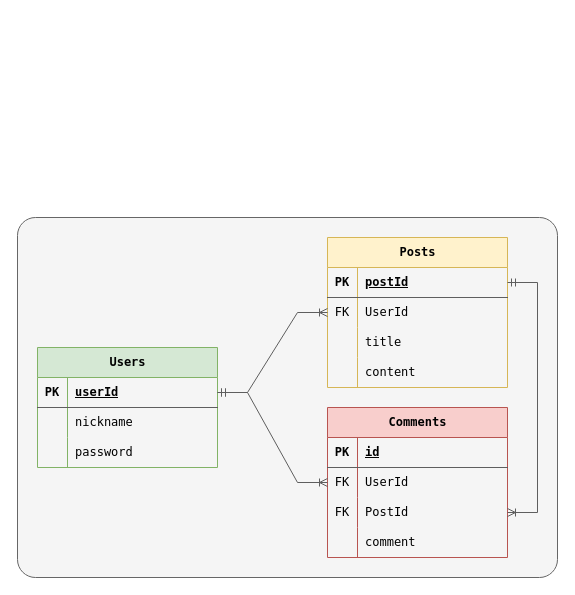
This is erd.drawio from JuhyuckHong/nodejs_assignment_2, a draw.io file, before an edit. Source tidied: cells renumbered, new cells numbered last; positions are measured from the earlier drawing's top-left corner, leaving out a move shared by most shapes. Both pictures are drawn from the tidied source at 100%, with x=0, y=0 at pixel (17, 217).
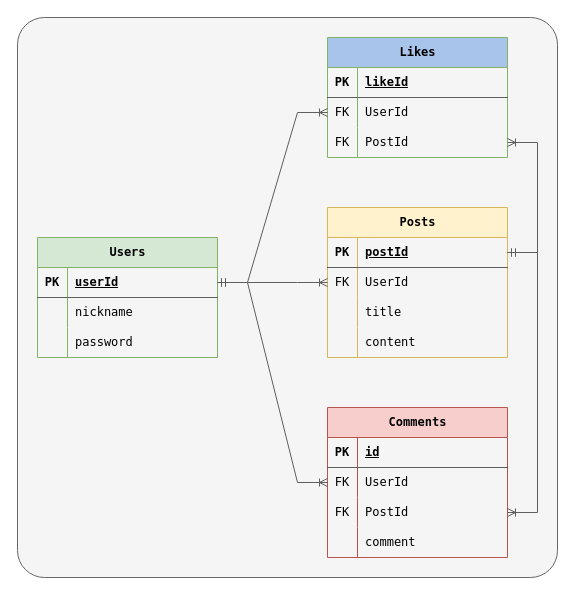
After the change.

Commit message (it also covers changes not shown here):
Update readme, ERD drawings to change scope of this assginment

Unchanged cells that the change refers to:
```xml
<mxCell id="4" style="shape=tableRow;horizontal=0;startSize=0;swimlaneHead=0;swimlaneBody=0;fillColor=none;points=[[0,0.5],[1,0.5]];portConstraint=eastwest;top=0;left=0;right=0;bottom=1;fontFamily=Lucida Console;strokeColor=#5E5E5E;" parent="3" vertex="1">
  <mxGeometry y="30" width="180" height="30" as="geometry" />
</mxCell>
<mxCell id="14" style="shape=tableRow;horizontal=0;startSize=0;swimlaneHead=0;swimlaneBody=0;fillColor=none;points=[[0,0.5],[1,0.5]];portConstraint=eastwest;top=0;left=0;right=0;bottom=1;fontFamily=Lucida Console;strokeColor=#5E5E5E;" parent="13" vertex="1">
  <mxGeometry y="30" width="180" height="30" as="geometry" />
</mxCell>
```

The edit, as a diff of the source:
```diff
@@
     <mxCell id="2" style="rounded=1;whiteSpace=wrap;html=1;arcSize=5;fillColor=#f5f5f5;strokeColor=#666666;fontColor=#333333;" parent="1" vertex="1">
-      <mxGeometry width="540" height="360" as="geometry" />
+      <mxGeometry y="-200" width="540" height="560" as="geometry" />
     </mxCell>
     <mxCell id="3" value="Users" style="shape=table;startSize=30;childLayout=tableLayout;rowLines=0;fontStyle=1;align=center;html=1;fontFamily=Lucida Console;strokeColor=#82b366;fillColor=#d5e8d4;" parent="1" vertex="1">
-      <mxGeometry x="20" y="130" width="180" height="120" as="geometry" />
+      <mxGeometry x="20" y="20" width="180" height="120" as="geometry" />
     </mxCell>
@@
     <mxCell id="13" value="Posts" style="shape=table;startSize=30;childLayout=tableLayout;rowLines=0;fontStyle=1;align=center;html=1;fontFamily=Lucida Console;strokeColor=#d6b656;fillColor=#fff2cc;" parent="1" vertex="1">
-      <mxGeometry x="310" y="20" width="180" height="150" as="geometry" />
+      <mxGeometry x="310" y="-10" width="180" height="150" as="geometry" />
     </mxCell>
@@
+    <mxCell id="42" value="Likes" style="shape=table;startSize=30;childLayout=tableLayout;rowLines=0;fontStyle=1;align=center;html=1;fontFamily=Lucida Console;strokeColor=#82b366;fillColor=#A9C4EB;" parent="1" vertex="1">
+      <mxGeometry x="310" y="-180" width="180" height="120" as="geometry" />
+    </mxCell>
+    <mxCell id="43" style="shape=tableRow;horizontal=0;startSize=0;swimlaneHead=0;swimlaneBody=0;fillColor=none;top=0;left=0;right=0;bottom=1;fontFamily=Lucida Console;strokeColor=#5E5E5E;" parent="42" vertex="1">
+      <mxGeometry y="30" width="180" height="30" as="geometry" />
+    </mxCell>
+    <mxCell id="44" value="PK" style="shape=partialRectangle;fillColor=none;top=0;left=0;bottom=0;right=0;fontStyle=1;overflow=hidden;whiteSpace=wrap;html=1;fontFamily=Lucida Console;strokeColor=#5E5E5E;" parent="43" vertex="1">
+      <mxGeometry width="30" height="30" as="geometry" />
+    </mxCell>
+    <mxCell id="45" value="likeId" style="shape=partialRectangle;fillColor=none;top=0;left=0;bottom=0;right=0;align=left;spacingLeft=6;fontStyle=5;overflow=hidden;whiteSpace=wrap;html=1;fontFamily=Lucida Console;strokeColor=#5E5E5E;" parent="43" vertex="1">
+      <mxGeometry x="30" width="150" height="30" as="geometry" />
+    </mxCell>
+    <mxCell id="46" style="shape=tableRow;horizontal=0;startSize=0;swimlaneHead=0;swimlaneBody=0;fillColor=none;points=[[0,0.5],[1,0.5]];portConstraint=eastwest;top=0;left=0;right=0;bottom=0;fontFamily=Lucida Console;strokeColor=#5E5E5E;" parent="42" vertex="1">
+      <mxGeometry y="60" width="180" height="30" as="geometry" />
+    </mxCell>
+    <mxCell id="47" value="FK" style="shape=partialRectangle;fillColor=none;top=0;left=0;bottom=0;right=0;overflow=hidden;whiteSpace=wrap;html=1;fontFamily=Lucida Console;strokeColor=#5E5E5E;" parent="46" vertex="1">
+      <mxGeometry width="30" height="30" as="geometry" />
+    </mxCell>
+    <mxCell id="48" value="UserId" style="shape=partialRectangle;fillColor=none;top=0;left=0;bottom=0;right=0;align=left;spacingLeft=6;overflow=hidden;whiteSpace=wrap;html=1;fontFamily=Lucida Console;strokeColor=#5E5E5E;" parent="46" vertex="1">
+      <mxGeometry x="30" width="150" height="30" as="geometry" />
+    </mxCell>
+    <mxCell id="49" style="shape=tableRow;horizontal=0;startSize=0;swimlaneHead=0;swimlaneBody=0;fillColor=none;points=[[0,0.5],[1,0.5]];portConstraint=eastwest;top=0;left=0;right=0;bottom=0;fontFamily=Lucida Console;strokeColor=#5E5E5E;" parent="42" vertex="1">
+      <mxGeometry y="90" width="180" height="30" as="geometry" />
+    </mxCell>
+    <mxCell id="50" value="FK" style="shape=partialRectangle;fillColor=none;top=0;left=0;bottom=0;right=0;overflow=hidden;whiteSpace=wrap;html=1;fontFamily=Lucida Console;strokeColor=#5E5E5E;" parent="49" vertex="1">
+      <mxGeometry width="30" height="30" as="geometry" />
+    </mxCell>
+    <mxCell id="51" value="PostId" style="shape=partialRectangle;fillColor=none;top=0;left=0;bottom=0;right=0;align=left;spacingLeft=6;overflow=hidden;whiteSpace=wrap;html=1;fontFamily=Lucida Console;strokeColor=#5E5E5E;" parent="49" vertex="1">
+      <mxGeometry x="30" width="150" height="30" as="geometry" />
+    </mxCell>
+    <mxCell id="52" style="edgeStyle=entityRelationEdgeStyle;fontSize=12;html=1;endArrow=ERoneToMany;startArrow=ERmandOne;rounded=0;strokeColor=#5E5E5E;exitX=1;exitY=0.5;exitDx=0;exitDy=0;entryX=0;entryY=0.5;entryDx=0;entryDy=0;" parent="1" edge="1" source="4" target="46">
+      <mxGeometry relative="1" as="geometry" />
+    </mxCell>
+    <mxCell id="53" style="edgeStyle=entityRelationEdgeStyle;fontSize=12;html=1;endArrow=ERoneToMany;startArrow=ERmandOne;rounded=0;exitX=1;exitY=0.5;exitDx=0;exitDy=0;entryX=1;entryY=0.5;entryDx=0;entryDy=0;strokeColor=#5E5E5E;" parent="1" edge="1" source="14" target="49">
+      <mxGeometry relative="1" as="geometry" />
+    </mxCell>
```
